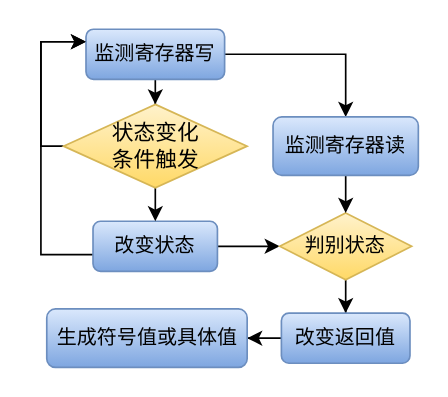
dingiso/TEST_For_Everything keeps this draw.io diagram as page "stateRegs" (2 of 6) of DrawIO/BSThesis.drawio. Above is the earlier version. Source tidied: cells renumbered, new cells numbered last; positions are measured from the earlier drawing's top-left corner, leaving out a move shared by most shapes. Both pictures are drawn from the tidied source at 167%, with x=0, y=0 at pixel (40, 28).
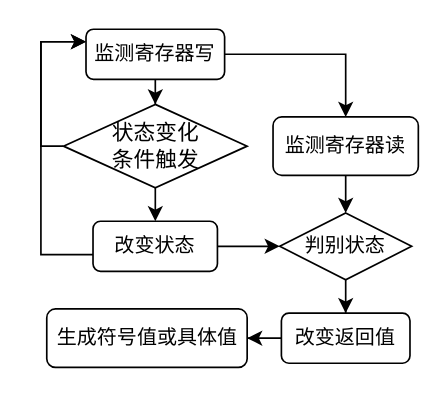
Above is the later version.

Change to the diagram source:
```diff
@@
-    <mxCell id="4" value="改变状态" style="rounded=1;whiteSpace=wrap;html=1;fontFamily=Lucida Console;fontSize=12;strokeWidth=1;fillColor=#dae8fc;gradientColor=#7ea6e0;strokeColor=#6c8ebf;" parent="1" vertex="1">
+    <mxCell id="4" value="改变状态" style="rounded=1;whiteSpace=wrap;html=1;fontFamily=Lucida Console;fontSize=12;strokeWidth=1;" parent="1" vertex="1">
       <mxGeometry x="31.2" y="115" width="74.5" height="30" as="geometry" />
     </mxCell>
@@
-    <mxCell id="7" value="&lt;div style=&quot;font-size: 12px&quot;&gt;监测寄存器写&lt;/div&gt;" style="rounded=1;whiteSpace=wrap;html=1;fontFamily=Lucida Console;fontSize=12;strokeWidth=1;fillColor=#dae8fc;gradientColor=#7ea6e0;strokeColor=#6c8ebf;" parent="1" vertex="1">
+    <mxCell id="7" value="&lt;div style=&quot;font-size: 12px&quot;&gt;监测寄存器写&lt;/div&gt;" style="rounded=1;whiteSpace=wrap;html=1;fontFamily=Lucida Console;fontSize=12;strokeWidth=1;" parent="1" vertex="1">
       <mxGeometry x="27" width="83" height="30" as="geometry" />
     </mxCell>
@@
-    <mxCell id="10" value="&lt;div style=&quot;font-size: 13px&quot;&gt;&lt;font style=&quot;font-size: 13px&quot;&gt;状态变化&lt;/font&gt;&lt;/div&gt;&lt;div style=&quot;font-size: 13px&quot;&gt;&lt;font style=&quot;font-size: 13px&quot;&gt;条件触发&lt;/font&gt;&lt;/div&gt;" style="rhombus;whiteSpace=wrap;html=1;fontFamily=Lucida Console;fontSize=13;strokeWidth=1;fillColor=#fff2cc;gradientColor=#ffd966;strokeColor=#d6b656;" parent="1" vertex="1">
+    <mxCell id="10" value="&lt;div style=&quot;font-size: 13px&quot;&gt;&lt;font style=&quot;font-size: 13px&quot;&gt;状态变化&lt;/font&gt;&lt;/div&gt;&lt;div style=&quot;font-size: 13px&quot;&gt;&lt;font style=&quot;font-size: 13px&quot;&gt;条件触发&lt;/font&gt;&lt;/div&gt;" style="rhombus;whiteSpace=wrap;html=1;fontFamily=Lucida Console;fontSize=13;strokeWidth=1;" parent="1" vertex="1">
       <mxGeometry x="13.5" y="45" width="110" height="50" as="geometry" />
     </mxCell>
@@
-    <mxCell id="12" value="判别状态" style="rhombus;whiteSpace=wrap;html=1;fontFamily=Lucida Console;fontSize=12;strokeWidth=1;fillColor=#fff2cc;gradientColor=#ffd966;strokeColor=#d6b656;" parent="1" vertex="1">
+    <mxCell id="12" value="判别状态" style="rhombus;whiteSpace=wrap;html=1;fontFamily=Lucida Console;fontSize=12;strokeWidth=1;" parent="1" vertex="1">
       <mxGeometry x="143" y="110" width="79" height="40" as="geometry" />
     </mxCell>
@@
-    <mxCell id="14" value="改变返回值" style="rounded=1;whiteSpace=wrap;html=1;fontFamily=Lucida Console;fontSize=12;strokeWidth=1;fillColor=#dae8fc;gradientColor=#7ea6e0;strokeColor=#6c8ebf;" parent="1" vertex="1">
+    <mxCell id="14" value="改变返回值" style="rounded=1;whiteSpace=wrap;html=1;fontFamily=Lucida Console;fontSize=12;strokeWidth=1;" parent="1" vertex="1">
       <mxGeometry x="144" y="170" width="77" height="30" as="geometry" />
     </mxCell>
@@
-    <mxCell id="16" value="监测寄存器读" style="rounded=1;whiteSpace=wrap;html=1;fontFamily=Lucida Console;fontSize=12;strokeWidth=1;fillColor=#dae8fc;gradientColor=#7ea6e0;strokeColor=#6c8ebf;" parent="1" vertex="1">
+    <mxCell id="16" value="监测寄存器读" style="rounded=1;whiteSpace=wrap;html=1;fontFamily=Lucida Console;fontSize=12;strokeWidth=1;" parent="1" vertex="1">
       <mxGeometry x="139" y="52.5" width="87" height="35" as="geometry" />
     </mxCell>
-    <mxCell id="17" value="生成符号值或具体值" style="rounded=1;whiteSpace=wrap;html=1;fontFamily=Lucida Console;fontSize=12;strokeWidth=1;fillColor=#dae8fc;gradientColor=#7ea6e0;strokeColor=#6c8ebf;" parent="1" vertex="1">
+    <mxCell id="17" value="生成符号值或具体值" style="rounded=1;whiteSpace=wrap;html=1;fontFamily=Lucida Console;fontSize=12;strokeWidth=1;" parent="1" vertex="1">
       <mxGeometry x="3.5" y="167.5" width="120" height="35" as="geometry" />
     </mxCell>
```
